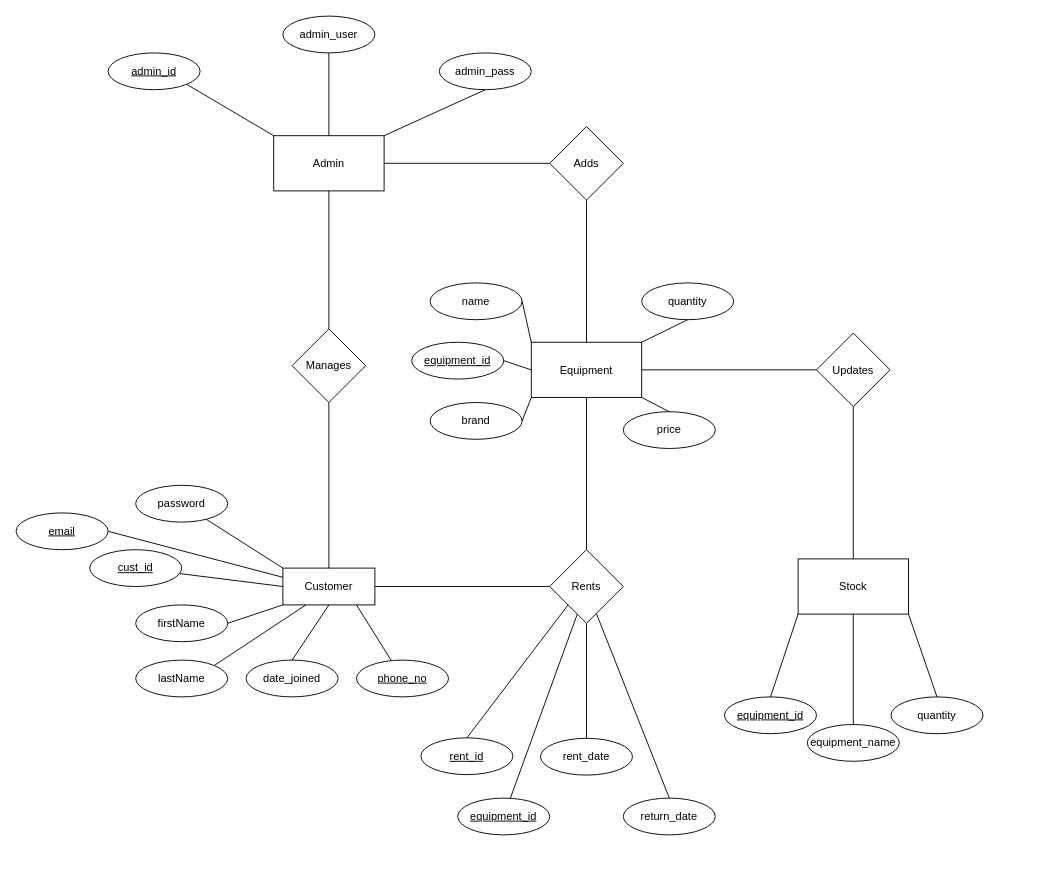
Earlier version of the draw.io diagram MAIN_PROJECT_ER.drawio (izenreal/Movie-Equipment-Rental-System). Source tidied: cells renumbered, new cells numbered last; positions are measured from the earlier drawing's top-left corner, leaving out a move shared by most shapes. Both pictures are drawn from the tidied source at 92%, with x=0, y=0 at pixel (16, 16).
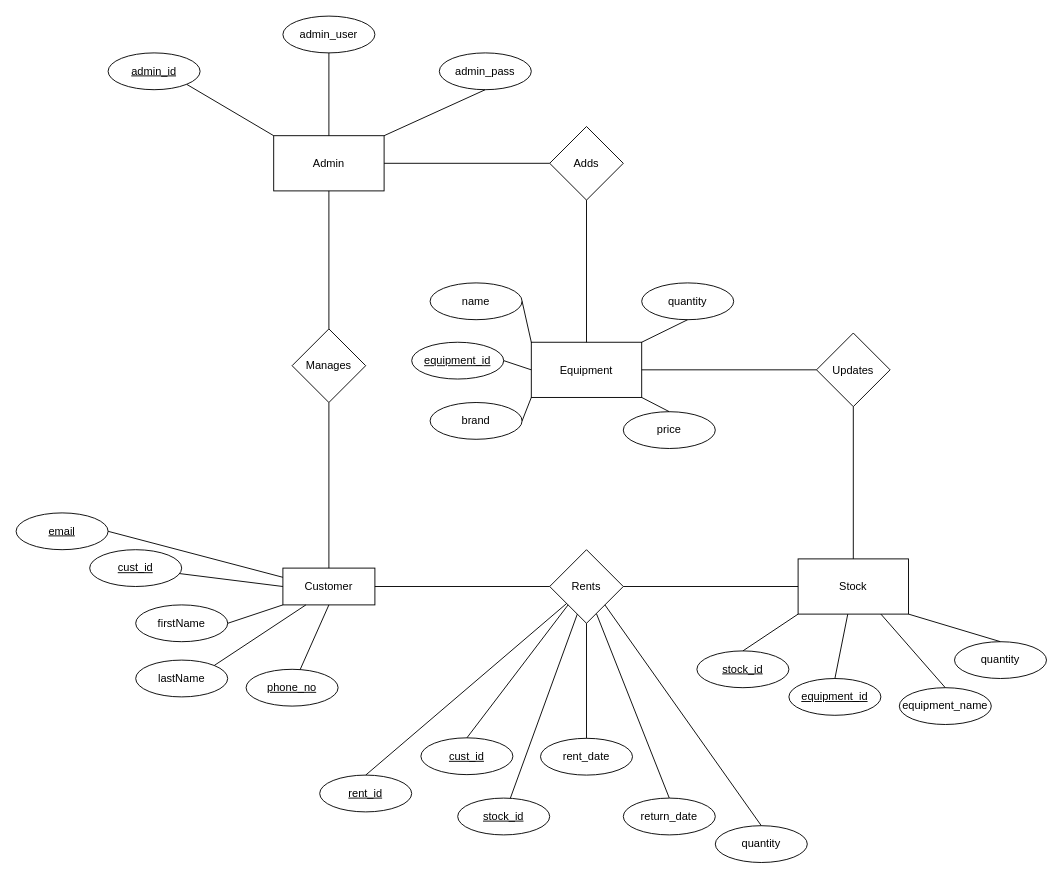
After the change.

The change refers to these unchanged cells:
```xml
<mxCell id="3" value="Stock" style="rounded=0;whiteSpace=wrap;html=1;" parent="1" vertex="1">
  <mxGeometry x="850" y="590" width="120" height="60" as="geometry" />
</mxCell>
<mxCell id="4" value="Customer" style="whiteSpace=wrap;html=1;align=center;" parent="1" vertex="1">
  <mxGeometry x="290" y="600" width="100" height="40" as="geometry" />
</mxCell>
<mxCell id="25" value="Rents" style="rhombus;whiteSpace=wrap;html=1;" parent="1" vertex="1">
  <mxGeometry x="580" y="580" width="80" height="80" as="geometry" />
</mxCell>
<mxCell id="26" value="Equipment" style="rounded=0;whiteSpace=wrap;html=1;" parent="1" vertex="1">
  <mxGeometry x="560" y="354.5" width="120" height="60" as="geometry" />
</mxCell>
```

Diff of the diagram source:
```diff
@@
-    <mxCell id="9" value="password" style="ellipse;whiteSpace=wrap;html=1;align=center;" parent="1" vertex="1">
-      <mxGeometry x="130" y="510" width="100" height="40" as="geometry" />
-    </mxCell>
     <mxCell id="10" value="phone_no" style="ellipse;whiteSpace=wrap;html=1;align=center;fontStyle=4;" parent="1" vertex="1">
-      <mxGeometry x="370" y="700" width="100" height="40" as="geometry" />
+      <mxGeometry x="250" y="710" width="100" height="40" as="geometry" />
     </mxCell>
-    <mxCell id="11" value="date_joined" style="ellipse;whiteSpace=wrap;html=1;align=center;" parent="1" vertex="1">
-      <mxGeometry x="250" y="700" width="100" height="40" as="geometry" />
-    </mxCell>
-    <mxCell id="12" style="endArrow=none;html=1;rounded=0;exitX=0.5;exitY=0;exitDx=0;exitDy=0;entryX=0.5;entryY=1;entryDx=0;entryDy=0;" parent="1" edge="1" source="11" target="4">
-      <mxGeometry relative="1" as="geometry" />
-    </mxCell>
@@
-    <mxCell id="16" style="endArrow=none;html=1;rounded=0;entryX=0;entryY=0;entryDx=0;entryDy=0;" parent="1" edge="1" source="9" target="4">
-      <mxGeometry relative="1" as="geometry" />
-    </mxCell>
-    <mxCell id="17" style="endArrow=none;html=1;rounded=0;" parent="1" edge="1" target="10">
-      <mxGeometry relative="1" as="geometry">
-        <mxPoint x="370" y="640" as="sourcePoint" />
-      </mxGeometry>
+    <mxCell id="17" style="endArrow=none;html=1;rounded=0;exitX=0.5;exitY=1;exitDx=0;exitDy=0;" parent="1" edge="1" source="4" target="10">
+      <mxGeometry relative="1" as="geometry" />
     </mxCell>
@@
-    <mxCell id="34" style="endArrow=none;html=1;rounded=0;entryX=0.5;entryY=0;entryDx=0;entryDy=0;exitX=0.5;exitY=1;exitDx=0;exitDy=0;" parent="1" edge="1" source="26" target="25">
+    <mxCell id="34" style="endArrow=none;html=1;rounded=0;entryX=1;entryY=0.5;entryDx=0;entryDy=0;exitX=0;exitY=0.5;exitDx=0;exitDy=0;" parent="1" edge="1" source="3" target="25">
       <mxGeometry relative="1" as="geometry" />
     </mxCell>
@@
-    <mxCell id="38" value="rent_id" style="ellipse;whiteSpace=wrap;html=1;align=center;fontStyle=4;" parent="1" vertex="1">
+    <mxCell id="38" value="cust_id" style="ellipse;whiteSpace=wrap;html=1;align=center;fontStyle=4;" parent="1" vertex="1">
       <mxGeometry x="440" y="784.5" width="100" height="40" as="geometry" />
     </mxCell>
-    <mxCell id="39" value="equipment_id" style="ellipse;whiteSpace=wrap;html=1;align=center;fontStyle=4;" parent="1" vertex="1">
+    <mxCell id="39" value="stock_id" style="ellipse;whiteSpace=wrap;html=1;align=center;fontStyle=4;" parent="1" vertex="1">
       <mxGeometry x="480" y="850" width="100" height="40" as="geometry" />
     </mxCell>
@@
     <mxCell id="46" value="equipment_id" style="ellipse;whiteSpace=wrap;html=1;align=center;fontStyle=4;" parent="1" vertex="1">
-      <mxGeometry x="770" y="740" width="100" height="40" as="geometry" />
+      <mxGeometry x="840" y="720" width="100" height="40" as="geometry" />
     </mxCell>
     <mxCell id="47" value="equipment_name" style="ellipse;whiteSpace=wrap;html=1;align=center;" parent="1" vertex="1">
-      <mxGeometry x="860" y="770" width="100" height="40" as="geometry" />
+      <mxGeometry x="960" y="730" width="100" height="40" as="geometry" />
     </mxCell>
     <mxCell id="48" value="quantity" style="ellipse;whiteSpace=wrap;html=1;align=center;" parent="1" vertex="1">
-      <mxGeometry x="951" y="740" width="100" height="40" as="geometry" />
+      <mxGeometry x="1020" y="680" width="100" height="40" as="geometry" />
     </mxCell>
-    <mxCell id="49" style="endArrow=none;html=1;rounded=0;exitX=0.5;exitY=0;exitDx=0;exitDy=0;entryX=0;entryY=1;entryDx=0;entryDy=0;" parent="1" edge="1" source="46" target="3">
+    <mxCell id="49" style="endArrow=none;html=1;rounded=0;exitX=0.5;exitY=0;exitDx=0;exitDy=0;" parent="1" edge="1" source="46" target="3">
       <mxGeometry relative="1" as="geometry" />
     </mxCell>
-    <mxCell id="50" style="endArrow=none;html=1;rounded=0;exitX=0.5;exitY=0;exitDx=0;exitDy=0;entryX=0.5;entryY=1;entryDx=0;entryDy=0;" parent="1" edge="1" source="47" target="3">
+    <mxCell id="50" style="endArrow=none;html=1;rounded=0;exitX=0.5;exitY=0;exitDx=0;exitDy=0;entryX=0.75;entryY=1;entryDx=0;entryDy=0;" parent="1" edge="1" source="47" target="3">
       <mxGeometry relative="1" as="geometry" />
     </mxCell>
@@
+    <mxCell id="62" value="quantity" style="ellipse;whiteSpace=wrap;html=1;align=center;" parent="1" vertex="1">
+      <mxGeometry x="760" y="880" width="100" height="40" as="geometry" />
+    </mxCell>
+    <mxCell id="63" style="endArrow=none;html=1;rounded=0;entryX=1;entryY=1;entryDx=0;entryDy=0;exitX=0.5;exitY=0;exitDx=0;exitDy=0;" parent="1" edge="1" source="62" target="25">
+      <mxGeometry relative="1" as="geometry" />
+    </mxCell>
+    <mxCell id="64" value="rent_id" style="ellipse;whiteSpace=wrap;html=1;align=center;fontStyle=4;" parent="1" vertex="1">
+      <mxGeometry x="330" y="825" width="100" height="40" as="geometry" />
+    </mxCell>
+    <mxCell id="65" style="endArrow=none;html=1;rounded=0;exitX=0.5;exitY=0;exitDx=0;exitDy=0;" parent="1" edge="1" source="64" target="25">
+      <mxGeometry relative="1" as="geometry" />
+    </mxCell>
+    <mxCell id="66" value="stock_id" style="ellipse;whiteSpace=wrap;html=1;align=center;fontStyle=4;" parent="1" vertex="1">
+      <mxGeometry x="740" y="690" width="100" height="40" as="geometry" />
+    </mxCell>
+    <mxCell id="67" style="endArrow=none;html=1;rounded=0;entryX=0;entryY=1;entryDx=0;entryDy=0;exitX=0.5;exitY=0;exitDx=0;exitDy=0;" parent="1" edge="1" source="66" target="3">
+      <mxGeometry relative="1" as="geometry" />
+    </mxCell>
```
